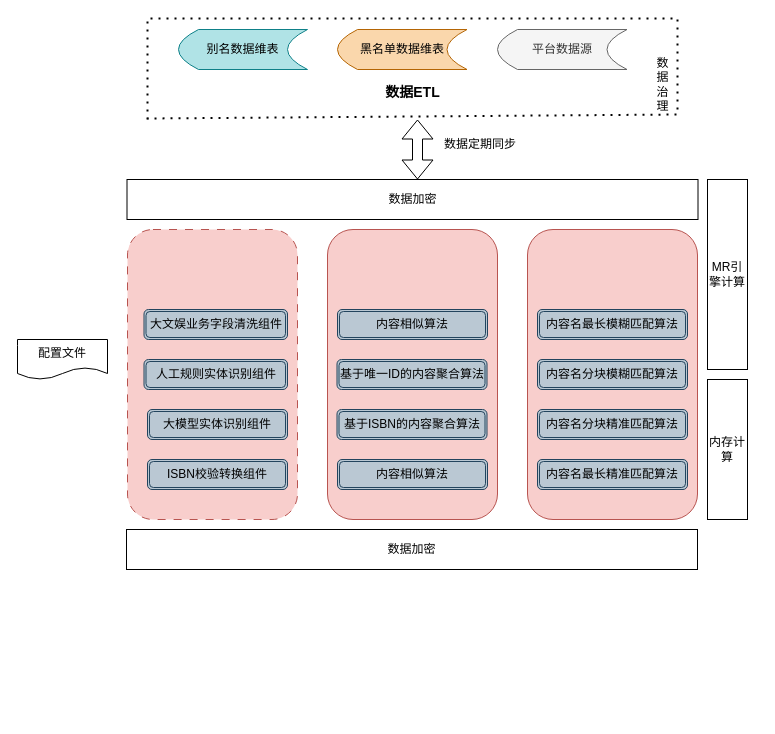
This is 数据对齐拉平.drawio from Luoxun1989/work-graph, a draw.io file, before an edit. Source tidied: cells renumbered, new cells numbered last; positions are measured from the earlier drawing's top-left corner, leaving out a move shared by most shapes. Both pictures are drawn from the tidied source at 100%, with x=0, y=0 at pixel (17, 18).
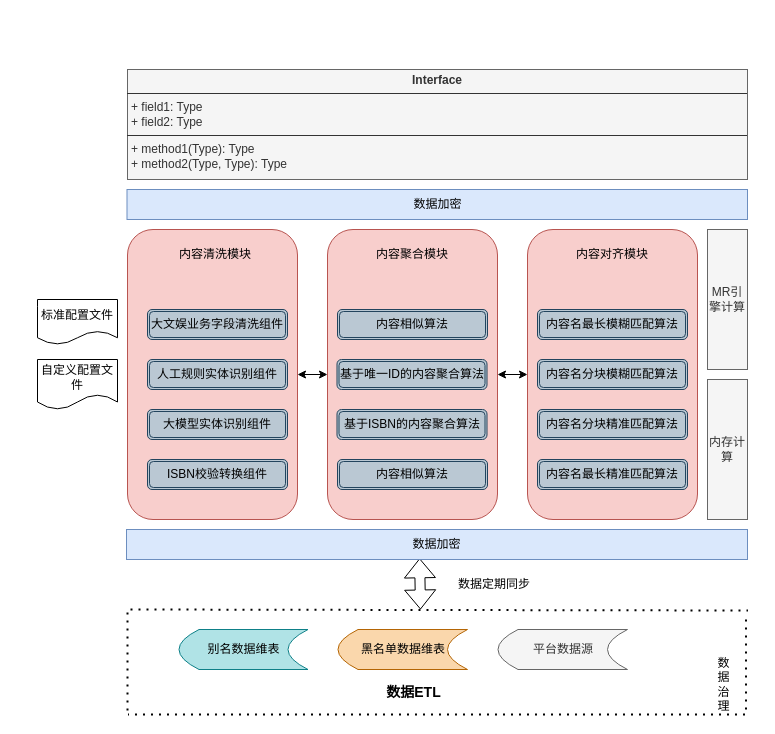
After the change.

Commit message (it also covers changes not shown here):
更新数据对齐拉平.drawio

The change refers to these unchanged cells:
```xml
<mxCell id="3" style="rounded=1;whiteSpace=wrap;html=1;fillColor=#f8cecc;strokeColor=#b85450;" parent="1" vertex="1">
  <mxGeometry x="310" y="211" width="170" height="290" as="geometry" />
</mxCell>
<mxCell id="4" style="rounded=1;whiteSpace=wrap;html=1;fillColor=#f8cecc;strokeColor=#b85450;" parent="1" vertex="1">
  <mxGeometry x="510" y="211" width="170" height="290" as="geometry" />
</mxCell>
```

Change to the diagram source:
```diff
@@
-    <mxCell id="2" style="rounded=1;whiteSpace=wrap;html=1;fillColor=#f8cecc;strokeColor=#b85450;dashed=1;dashPattern=8 8;align=right;" parent="1" vertex="1">
+    <mxCell id="2" style="rounded=1;whiteSpace=wrap;html=1;fillColor=#f8cecc;strokeColor=#b85450;align=right;" parent="1" vertex="1">
       <mxGeometry x="110" y="211" width="170" height="290" as="geometry" />
     </mxCell>
@@
     <mxCell id="5" value="别名数据维表" style="shape=dataStorage;whiteSpace=wrap;html=1;fixedSize=1;fillColor=#b0e3e6;strokeColor=#0e8088;" parent="1" vertex="1">
-      <mxGeometry x="161" y="11" width="129" height="40" as="geometry" />
+      <mxGeometry x="161.5" y="611" width="129" height="40" as="geometry" />
     </mxCell>
     <mxCell id="6" value="&lt;font style=&quot;font-size: 14px;&quot;&gt;数据ETL&lt;/font&gt;" style="text;strokeColor=none;fillColor=none;html=1;fontSize=24;fontStyle=1;verticalAlign=middle;align=center;" parent="1" vertex="1">
-      <mxGeometry x="340.5" y="61" width="109" height="20" as="geometry" />
+      <mxGeometry x="341" y="661" width="109" height="20" as="geometry" />
     </mxCell>
     <mxCell id="7" value="黑名单数据维表" style="shape=dataStorage;whiteSpace=wrap;html=1;fixedSize=1;fillColor=#fad7ac;strokeColor=#b46504;" parent="1" vertex="1">
-      <mxGeometry x="320" y="11" width="129.5" height="40" as="geometry" />
+      <mxGeometry x="320.5" y="611" width="129.5" height="40" as="geometry" />
     </mxCell>
     <mxCell id="8" style="endArrow=none;dashed=1;html=1;dashPattern=1 3;strokeWidth=2;rounded=0;" parent="1" edge="1">
       <mxGeometry relative="1" as="geometry">
-        <mxPoint x="130" y="101" as="sourcePoint" />
-        <mxPoint x="660" as="targetPoint" />
+        <mxPoint x="110" y="692" as="sourcePoint" />
+        <mxPoint x="730.5" y="592" as="targetPoint" />
         <Array as="points">
-          <mxPoint x="130" />
+          <mxPoint x="110" y="591" />
         </Array>
       </mxGeometry>
     </mxCell>
     <mxCell id="9" style="endArrow=none;dashed=1;html=1;dashPattern=1 3;strokeWidth=2;rounded=0;" parent="1" edge="1">
       <mxGeometry relative="1" as="geometry">
-        <mxPoint x="660" y="1" as="sourcePoint" />
-        <mxPoint x="130" y="100" as="targetPoint" />
+        <mxPoint x="728.5" y="601" as="sourcePoint" />
+        <mxPoint x="110.5" y="696" as="targetPoint" />
         <Array as="points">
-          <mxPoint x="660" y="96" />
+          <mxPoint x="728.5" y="696" />
         </Array>
       </mxGeometry>
     </mxCell>
-    <mxCell id="10" style="shape=flexArrow;endArrow=classic;startArrow=classic;html=1;rounded=0;" parent="1" edge="1">
+    <mxCell id="10" style="shape=flexArrow;endArrow=classic;startArrow=classic;html=1;rounded=0;exitX=0.472;exitY=0.96;exitDx=0;exitDy=0;exitPerimeter=0;" parent="1" edge="1" source="24">
       <mxGeometry relative="1" as="geometry">
-        <mxPoint x="400" y="101" as="sourcePoint" />
-        <mxPoint x="400" y="161" as="targetPoint" />
+        <mxPoint x="403" y="591" as="targetPoint" />
       </mxGeometry>
     </mxCell>
     <mxCell id="11" value="数据定期同步" style="text;html=1;align=center;verticalAlign=middle;whiteSpace=wrap;rounded=0;" parent="1" vertex="1">
-      <mxGeometry x="426" y="111" width="74" height="30" as="geometry" />
+      <mxGeometry x="440" y="551" width="74" height="30" as="geometry" />
     </mxCell>
-    <mxCell id="12" value="配置文件" style="shape=document;whiteSpace=wrap;html=1;boundedLbl=1;" parent="1" vertex="1">
-      <mxGeometry y="321" width="90" height="40" as="geometry" />
+    <mxCell id="12" value="标准配置文件" style="shape=document;whiteSpace=wrap;html=1;boundedLbl=1;" parent="1" vertex="1">
+      <mxGeometry x="20" y="281" width="80" height="45" as="geometry" />
     </mxCell>
@@
     <mxCell id="16" value="人工规则实体识别组件" style="shape=ext;double=1;rounded=1;whiteSpace=wrap;html=1;fillColor=#bac8d3;strokeColor=#23445d;glass=0;shadow=0;" parent="1" vertex="1">
-      <mxGeometry x="126.5" y="341" width="143.5" height="30" as="geometry" />
+      <mxGeometry x="130" y="341" width="140" height="30" as="geometry" />
     </mxCell>
     <mxCell id="17" value="大文娱业务字段清洗组件" style="shape=ext;double=1;rounded=1;whiteSpace=wrap;html=1;fillColor=#bac8d3;strokeColor=#23445d;glass=0;shadow=0;" parent="1" vertex="1">
-      <mxGeometry x="126.5" y="291" width="143.5" height="30" as="geometry" />
+      <mxGeometry x="130" y="291" width="140" height="30" as="geometry" />
     </mxCell>
-    <mxCell id="18" value="MR引擎计算" style="rounded=0;whiteSpace=wrap;html=1;" parent="1" vertex="1">
-      <mxGeometry x="690" y="161" width="40" height="190" as="geometry" />
+    <mxCell id="18" value="MR引擎计算" style="rounded=0;whiteSpace=wrap;html=1;fillColor=#f5f5f5;fontColor=#333333;strokeColor=#666666;" parent="1" vertex="1">
+      <mxGeometry x="690" y="211" width="40" height="140" as="geometry" />
     </mxCell>
@@
     <mxCell id="20" value="&lt;span style=&quot;text-wrap: wrap;&quot;&gt;数据治理&lt;/span&gt;" style="text;html=1;align=center;verticalAlign=middle;strokeColor=none;fillColor=none;" parent="1" vertex="1">
-      <mxGeometry x="610" y="51" width="70" height="30" as="geometry" />
+      <mxGeometry x="670.5" y="651" width="70" height="30" as="geometry" />
     </mxCell>
@@
-    <mxCell id="22" value="内存计算" style="rounded=0;whiteSpace=wrap;html=1;" parent="1" vertex="1">
+    <mxCell id="22" value="内存计算" style="rounded=0;whiteSpace=wrap;html=1;fillColor=#f5f5f5;fontColor=#333333;strokeColor=#666666;" parent="1" vertex="1">
       <mxGeometry x="690" y="361" width="40" height="140" as="geometry" />
     </mxCell>
     <mxCell id="23" value="平台数据源" style="shape=dataStorage;whiteSpace=wrap;html=1;fixedSize=1;fillColor=#f5f5f5;strokeColor=#666666;fontColor=#333333;" parent="1" vertex="1">
-      <mxGeometry x="480" y="11" width="129.5" height="40" as="geometry" />
+      <mxGeometry x="480.5" y="611" width="129.5" height="40" as="geometry" />
     </mxCell>
-    <mxCell id="24" value="数据加密" style="rounded=0;whiteSpace=wrap;html=1;" parent="1" vertex="1">
-      <mxGeometry x="109" y="511" width="571" height="40" as="geometry" />
+    <mxCell id="24" value="数据加密" style="rounded=0;whiteSpace=wrap;html=1;fillColor=#dae8fc;strokeColor=#6c8ebf;" parent="1" vertex="1">
+      <mxGeometry x="109" y="511" width="621" height="30" as="geometry" />
     </mxCell>
@@
-    <mxCell id="30" value="数据加密" style="rounded=0;whiteSpace=wrap;html=1;" parent="1" vertex="1">
-      <mxGeometry x="109.5" y="161" width="571" height="40" as="geometry" />
+    <mxCell id="30" value="数据加密" style="rounded=0;whiteSpace=wrap;html=1;fillColor=#dae8fc;strokeColor=#6c8ebf;" parent="1" vertex="1">
+      <mxGeometry x="109.5" y="171" width="620.5" height="30" as="geometry" />
     </mxCell>
+    <mxCell id="31" style="endArrow=classic;startArrow=classic;html=1;rounded=0;exitX=1;exitY=0.5;exitDx=0;exitDy=0;entryX=0;entryY=0.5;entryDx=0;entryDy=0;" parent="1" edge="1" source="2" target="3">
+      <mxGeometry relative="1" as="geometry" />
+    </mxCell>
+    <mxCell id="32" style="endArrow=classic;startArrow=classic;html=1;rounded=0;exitX=1;exitY=0.5;exitDx=0;exitDy=0;entryX=0;entryY=0.5;entryDx=0;entryDy=0;" parent="1" edge="1" source="3" target="4">
+      <mxGeometry relative="1" as="geometry" />
+    </mxCell>
+    <mxCell id="33" value="内容清洗模块" style="text;html=1;align=center;verticalAlign=middle;whiteSpace=wrap;rounded=0;" parent="1" vertex="1">
+      <mxGeometry x="153.2" y="221" width="90" height="30" as="geometry" />
+    </mxCell>
+    <mxCell id="34" value="内容聚合模块" style="text;html=1;align=center;verticalAlign=middle;whiteSpace=wrap;rounded=0;" parent="1" vertex="1">
+      <mxGeometry x="350" y="221" width="90" height="30" as="geometry" />
+    </mxCell>
+    <mxCell id="35" value="内容对齐模块" style="text;html=1;align=center;verticalAlign=middle;whiteSpace=wrap;rounded=0;" parent="1" vertex="1">
+      <mxGeometry x="550" y="221" width="90" height="30" as="geometry" />
+    </mxCell>
+    <mxCell id="36" value="自定义配置文件" style="shape=document;whiteSpace=wrap;html=1;boundedLbl=1;" parent="1" vertex="1">
+      <mxGeometry x="20" y="341" width="80" height="50" as="geometry" />
+    </mxCell>
+    <mxCell id="37" value="&lt;p style=&quot;margin:0px;margin-top:4px;text-align:center;&quot;&gt;&lt;b&gt;Interface&lt;/b&gt;&lt;/p&gt;&lt;hr size=&quot;1&quot; style=&quot;border-style:solid;&quot;&gt;&lt;p style=&quot;margin:0px;margin-left:4px;&quot;&gt;+ field1: Type&lt;br&gt;+ field2: Type&lt;/p&gt;&lt;hr size=&quot;1&quot; style=&quot;border-style:solid;&quot;&gt;&lt;p style=&quot;margin:0px;margin-left:4px;&quot;&gt;+ method1(Type): Type&lt;br&gt;+ method2(Type, Type): Type&lt;/p&gt;" style="verticalAlign=top;align=left;overflow=fill;html=1;whiteSpace=wrap;fillColor=#f5f5f5;fontColor=#333333;strokeColor=#666666;" parent="1" vertex="1">
+      <mxGeometry x="110" y="51" width="620" height="110" as="geometry" />
+    </mxCell>
```
